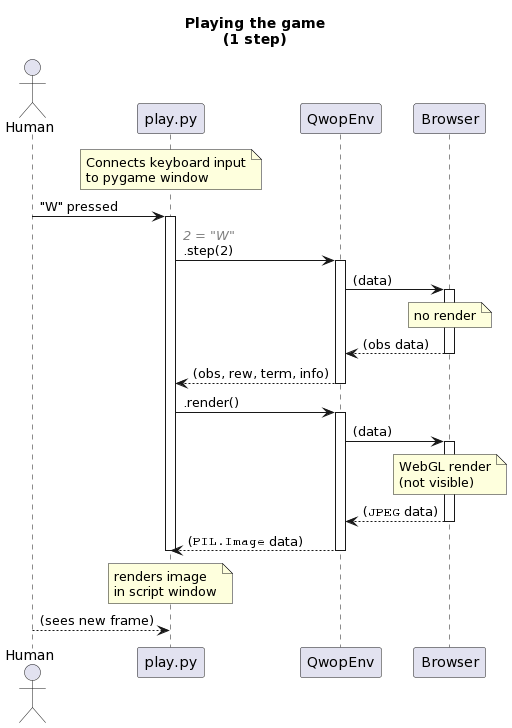
Earlier version of the PlantUML export doc/play.png (smanolloff/qwop-gym).
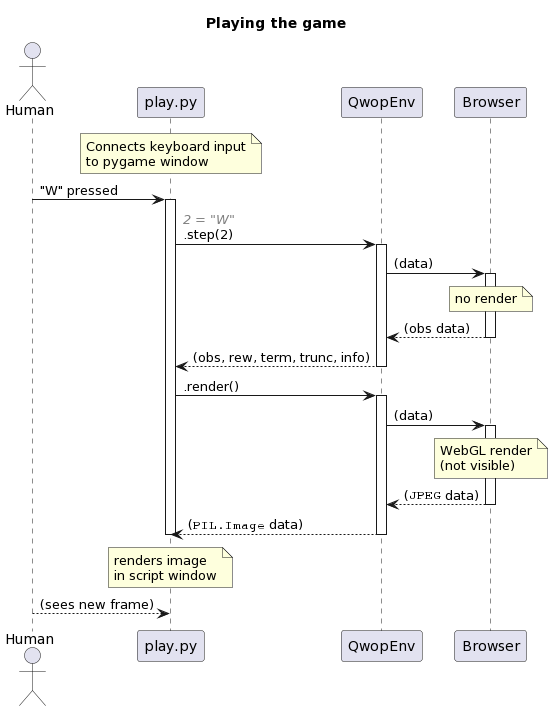
After the commit.

The edit, as a diff of the source:
```diff
@@ -1,5 +1,5 @@
 @startuml
-title Playing the game\n(1 step)
+title Playing the game
 
 autoactivate on
 
@@ -15,7 +15,7 @@
 env -> browser: (data)
 note over browser: no render
 browser --> env: (obs data)
-env --> script: (obs, rew, term, info)
+env --> script: (obs, rew, term, trunc, info)
 
 script -> env: .render()
 env -> browser: (data)
```
